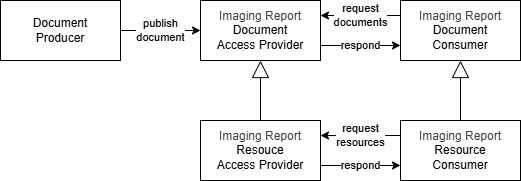
hl7-eu/imaging keeps this draw.io diagram as igs/imaging-r5/input/images/imaging-report-resource-actors.drawio.png. Above is the earlier version. Source tidied: cells renumbered, new cells last; positions are measured from the earlier drawing's top-left corner, leaving out a move shared by most shapes. Its diagram source:
```xml
<mxGraphModel>
  <root>
    <mxCell id="0" />
    <mxCell id="1" parent="0" />
    <mxCell id="2" value="&lt;div&gt;&lt;span style=&quot;background-color: transparent;&quot;&gt;Document&lt;/span&gt;&lt;/div&gt;&lt;div&gt;Producer&lt;/div&gt;" style="rounded=0;whiteSpace=wrap;html=1;" parent="1" vertex="1">
      <mxGeometry width="120" height="60" as="geometry" />
    </mxCell>
    <mxCell id="3" value="&lt;span style=&quot;color: rgb(63, 63, 63);&quot;&gt;Imaging Report&lt;/span&gt;&lt;div&gt;Document&lt;div&gt;Access Provider&lt;/div&gt;&lt;/div&gt;" style="rounded=0;whiteSpace=wrap;html=1;" parent="1" vertex="1">
      <mxGeometry x="200" width="120" height="60" as="geometry" />
    </mxCell>
    <mxCell id="4" value="&lt;span style=&quot;color: rgb(63, 63, 63);&quot;&gt;Imaging Report&lt;/span&gt;&lt;div&gt;Document&lt;div&gt;Consumer&lt;/div&gt;&lt;/div&gt;" style="rounded=0;whiteSpace=wrap;html=1;" parent="1" vertex="1">
      <mxGeometry x="400" width="120" height="60" as="geometry" />
    </mxCell>
    <mxCell id="5" value="publish&lt;div&gt;document&lt;/div&gt;" style="endArrow=classic;html=1;entryX=0;entryY=0.5;entryDx=0;entryDy=0;" parent="1" edge="1" source="2" target="3">
      <mxGeometry relative="1" as="geometry" />
    </mxCell>
    <mxCell id="6" value="respond" style="endArrow=classic;html=1;entryX=0;entryY=0.75;entryDx=0;entryDy=0;exitX=1;exitY=0.75;exitDx=0;exitDy=0;" parent="1" edge="1" source="3" target="4">
      <mxGeometry relative="1" as="geometry" />
    </mxCell>
    <mxCell id="7" value="request&lt;div&gt;documents&lt;/div&gt;" style="endArrow=classic;html=1;entryX=1;entryY=0.25;entryDx=0;entryDy=0;exitX=0;exitY=0.25;exitDx=0;exitDy=0;" parent="1" edge="1" source="4" target="3">
      <mxGeometry relative="1" as="geometry" />
    </mxCell>
    <mxCell id="8" value="&lt;span style=&quot;color: rgb(63, 63, 63);&quot;&gt;Imaging Report&lt;/span&gt;&lt;div&gt;Resouce&lt;div&gt;Access Provider&lt;/div&gt;&lt;/div&gt;" style="rounded=0;whiteSpace=wrap;html=1;" parent="1" vertex="1">
      <mxGeometry x="200" y="120" width="120" height="60" as="geometry" />
    </mxCell>
    <mxCell id="9" value="&lt;div&gt;&lt;font color=&quot;#000000&quot;&gt;&lt;span style=&quot;color: rgb(63, 63, 63); background-color: transparent;&quot;&gt;Imaging Report&lt;/span&gt;&lt;/font&gt;&lt;/div&gt;&lt;div&gt;&lt;font color=&quot;#000000&quot;&gt;Resource&lt;/font&gt;&lt;/div&gt;&lt;div&gt;Consumer&lt;/div&gt;" style="rounded=0;whiteSpace=wrap;html=1;" parent="1" vertex="1">
      <mxGeometry x="400" y="120" width="120" height="60" as="geometry" />
    </mxCell>
    <mxCell id="10" value="respond" style="endArrow=classic;html=1;entryX=0;entryY=0.75;entryDx=0;entryDy=0;exitX=1;exitY=0.75;exitDx=0;exitDy=0;" parent="1" edge="1" source="8" target="9">
      <mxGeometry relative="1" as="geometry" />
    </mxCell>
    <mxCell id="11" value="request&lt;div&gt;resources&lt;/div&gt;" style="endArrow=classic;html=1;entryX=1;entryY=0.25;entryDx=0;entryDy=0;exitX=0;exitY=0.25;exitDx=0;exitDy=0;" parent="1" edge="1" source="9" target="8">
      <mxGeometry relative="1" as="geometry" />
    </mxCell>
    <mxCell id="12" style="endArrow=block;html=1;endFill=0;entryX=0.5;entryY=1;entryDx=0;entryDy=0;endSize=15;" parent="1" edge="1" source="8" target="3">
      <mxGeometry relative="1" as="geometry" />
    </mxCell>
    <mxCell id="13" style="endArrow=block;html=1;endFill=0;entryX=0.5;entryY=1;entryDx=0;entryDy=0;endSize=15;exitX=0.5;exitY=0;exitDx=0;exitDy=0;" parent="1" edge="1" source="9" target="4">
      <mxGeometry relative="1" as="geometry" />
    </mxCell>
  </root>
</mxGraphModel>
```
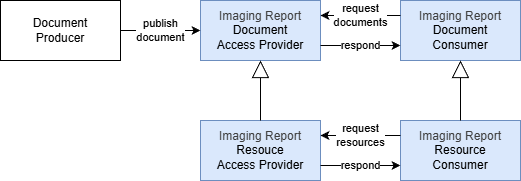
The same file after the commit.

Change to the diagram source:
```diff
@@ -5,10 +5,10 @@
     <mxCell id="2" value="&lt;div&gt;&lt;span style=&quot;background-color: transparent;&quot;&gt;Document&lt;/span&gt;&lt;/div&gt;&lt;div&gt;Producer&lt;/div&gt;" style="rounded=0;whiteSpace=wrap;html=1;" parent="1" vertex="1">
       <mxGeometry width="120" height="60" as="geometry" />
     </mxCell>
-    <mxCell id="3" value="&lt;span style=&quot;color: rgb(63, 63, 63);&quot;&gt;Imaging Report&lt;/span&gt;&lt;div&gt;Document&lt;div&gt;Access Provider&lt;/div&gt;&lt;/div&gt;" style="rounded=0;whiteSpace=wrap;html=1;" parent="1" vertex="1">
+    <mxCell id="3" value="&lt;span style=&quot;color: rgb(63, 63, 63);&quot;&gt;Imaging Report&lt;/span&gt;&lt;div&gt;Document&lt;div&gt;Access Provider&lt;/div&gt;&lt;/div&gt;" style="rounded=0;whiteSpace=wrap;html=1;fillColor=#dae8fc;strokeColor=#6c8ebf;" parent="1" vertex="1">
       <mxGeometry x="200" width="120" height="60" as="geometry" />
     </mxCell>
-    <mxCell id="4" value="&lt;span style=&quot;color: rgb(63, 63, 63);&quot;&gt;Imaging Report&lt;/span&gt;&lt;div&gt;Document&lt;div&gt;Consumer&lt;/div&gt;&lt;/div&gt;" style="rounded=0;whiteSpace=wrap;html=1;" parent="1" vertex="1">
+    <mxCell id="4" value="&lt;span style=&quot;color: rgb(63, 63, 63);&quot;&gt;Imaging Report&lt;/span&gt;&lt;div&gt;Document&lt;div&gt;Consumer&lt;/div&gt;&lt;/div&gt;" style="rounded=0;whiteSpace=wrap;html=1;fillColor=#dae8fc;strokeColor=#6c8ebf;" parent="1" vertex="1">
       <mxGeometry x="400" width="120" height="60" as="geometry" />
     </mxCell>
     <mxCell id="5" value="publish&lt;div&gt;document&lt;/div&gt;" style="endArrow=classic;html=1;entryX=0;entryY=0.5;entryDx=0;entryDy=0;" parent="1" edge="1" source="2" target="3">
@@ -20,10 +20,10 @@
     <mxCell id="7" value="request&lt;div&gt;documents&lt;/div&gt;" style="endArrow=classic;html=1;entryX=1;entryY=0.25;entryDx=0;entryDy=0;exitX=0;exitY=0.25;exitDx=0;exitDy=0;" parent="1" edge="1" source="4" target="3">
       <mxGeometry relative="1" as="geometry" />
     </mxCell>
-    <mxCell id="8" value="&lt;span style=&quot;color: rgb(63, 63, 63);&quot;&gt;Imaging Report&lt;/span&gt;&lt;div&gt;Resouce&lt;div&gt;Access Provider&lt;/div&gt;&lt;/div&gt;" style="rounded=0;whiteSpace=wrap;html=1;" parent="1" vertex="1">
+    <mxCell id="8" value="&lt;span style=&quot;color: rgb(63, 63, 63);&quot;&gt;Imaging Report&lt;/span&gt;&lt;div&gt;Resouce&lt;div&gt;Access Provider&lt;/div&gt;&lt;/div&gt;" style="rounded=0;whiteSpace=wrap;html=1;fillColor=#dae8fc;strokeColor=#6c8ebf;" parent="1" vertex="1">
       <mxGeometry x="200" y="120" width="120" height="60" as="geometry" />
     </mxCell>
-    <mxCell id="9" value="&lt;div&gt;&lt;font color=&quot;#000000&quot;&gt;&lt;span style=&quot;color: rgb(63, 63, 63); background-color: transparent;&quot;&gt;Imaging Report&lt;/span&gt;&lt;/font&gt;&lt;/div&gt;&lt;div&gt;&lt;font color=&quot;#000000&quot;&gt;Resource&lt;/font&gt;&lt;/div&gt;&lt;div&gt;Consumer&lt;/div&gt;" style="rounded=0;whiteSpace=wrap;html=1;" parent="1" vertex="1">
+    <mxCell id="9" value="&lt;div&gt;&lt;font color=&quot;#000000&quot;&gt;&lt;span style=&quot;color: rgb(63, 63, 63); background-color: transparent;&quot;&gt;Imaging Report&lt;/span&gt;&lt;/font&gt;&lt;/div&gt;&lt;div&gt;&lt;font color=&quot;#000000&quot;&gt;Resource&lt;/font&gt;&lt;/div&gt;&lt;div&gt;Consumer&lt;/div&gt;" style="rounded=0;whiteSpace=wrap;html=1;fillColor=#dae8fc;strokeColor=#6c8ebf;" parent="1" vertex="1">
       <mxGeometry x="400" y="120" width="120" height="60" as="geometry" />
     </mxCell>
     <mxCell id="10" value="respond" style="endArrow=classic;html=1;entryX=0;entryY=0.75;entryDx=0;entryDy=0;exitX=1;exitY=0.75;exitDx=0;exitDy=0;" parent="1" edge="1" source="8" target="9">
```
